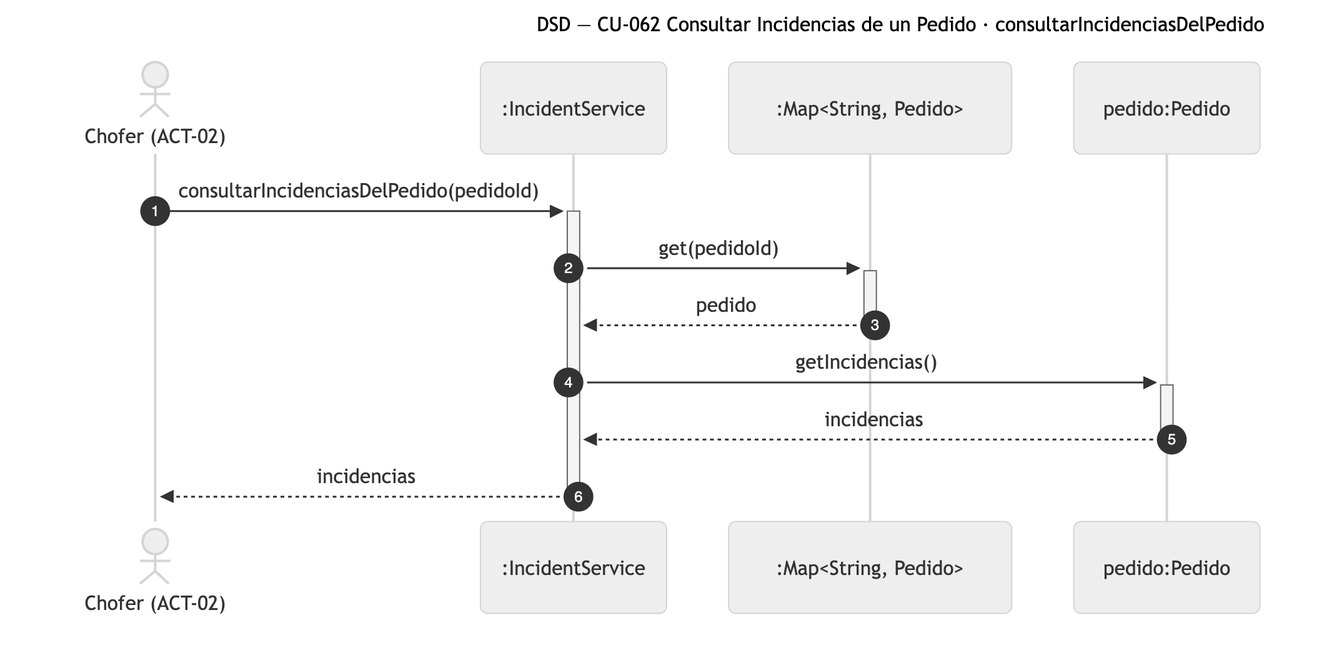
Nahuelito-Dev/splg-docs keeps this Mermaid diagram as diagramas/png/DSD_CU-062_consultarIncidenciasDelPedido.png. Above is the earlier version. Its source is kept beside it as diagramas/DSD_CU-062_consultarIncidenciasDelPedido.mmd. The source it was exported from:
```mermaid
sequenceDiagram
    title DSD — CU-062 Consultar Incidencias de un Pedido · consultarIncidenciasDelPedido
    autonumber
    actor CHF as Chofer (ACT-02)
    participant SRV as :IncidentService
    participant PEDS as :Map#lt;String, Pedido#gt;
    participant PED as pedido:Pedido

    CHF->>+SRV: consultarIncidenciasDelPedido(pedidoId)
    SRV->>+PEDS: get(pedidoId)
    PEDS-->>-SRV: pedido
    SRV->>+PED: getIncidencias()
    PED-->>-SRV: incidencias
    SRV-->>-CHF: incidencias
```
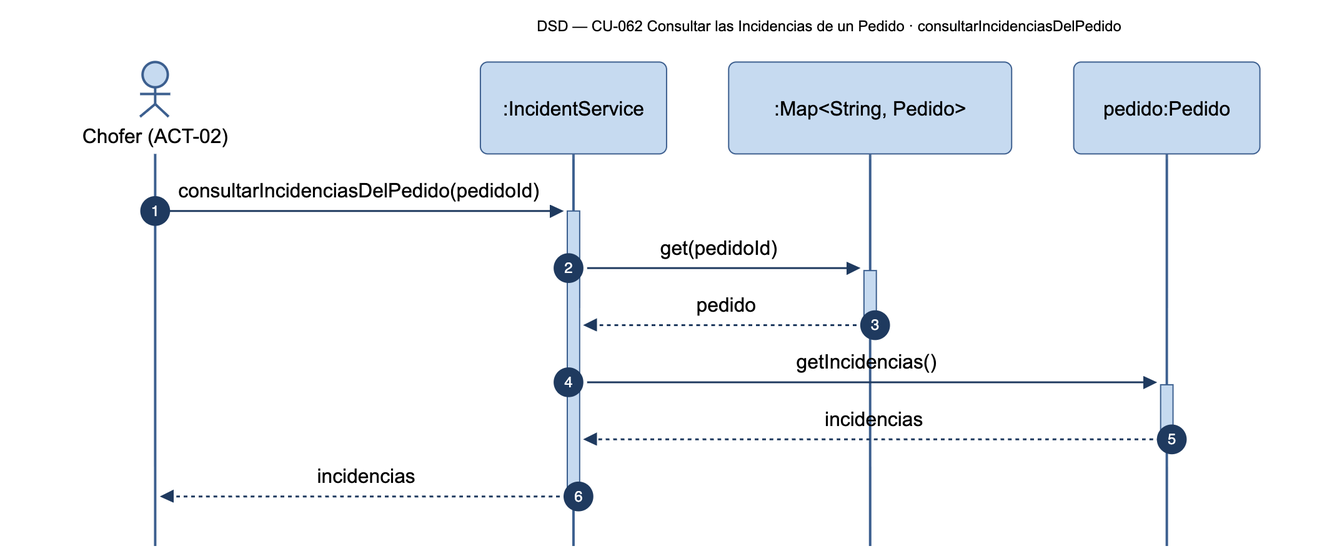
After the change.

Diff of the diagram source:
```diff
@@ -1,5 +1,5 @@
 sequenceDiagram
-    title DSD — CU-062 Consultar Incidencias de un Pedido · consultarIncidenciasDelPedido
+    title DSD — CU-062 Consultar las Incidencias de un Pedido · consultarIncidenciasDelPedido
     autonumber
     actor CHF as Chofer (ACT-02)
     participant SRV as :IncidentService
```
